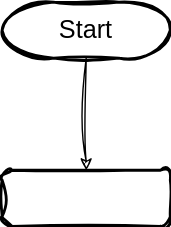
Earlier version of the draw.io export Untitled Diagram.drawio.svg (tungstengmd/drawio-diagrams). Source tidied: cells renumbered, new cells last; positions are measured from the earlier drawing's top-left corner, leaving out a move shared by most shapes.
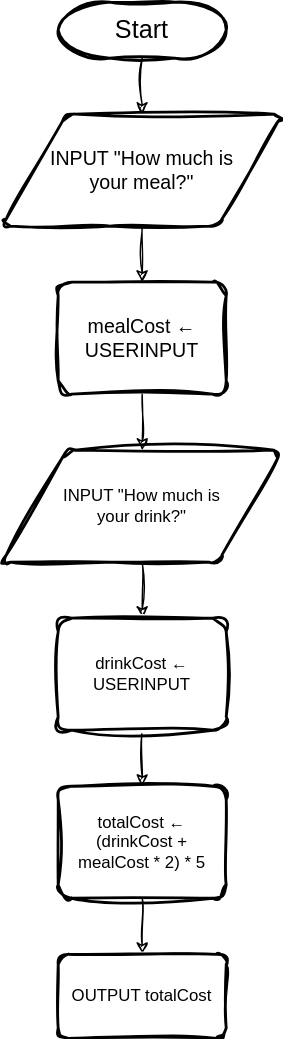
The same file after the commit.

The edit, as a diff of the source:
```diff
@@ -2,14 +2,44 @@
   <root>
     <mxCell id="0" />
     <mxCell id="1" parent="0" />
-    <mxCell id="2" style="edgeStyle=orthogonalEdgeStyle;rounded=0;jettySize=auto;html=1;entryX=0.5;entryY=0;entryDx=0;entryDy=0;sketch=1;curveFitting=1;jiggle=2;" parent="1" edge="1" source="3" target="4">
-      <mxGeometry relative="1" as="geometry" />
-    </mxCell>
+    <mxCell id="5" style="edgeStyle=orthogonalEdgeStyle;rounded=0;sketch=1;hachureGap=4;jiggle=2;curveFitting=1;jettySize=auto;html=1;entryX=0.5;entryY=0;entryDx=0;entryDy=0;fontFamily=Architects Daughter;fontSource=https%3A%2F%2Ffonts.googleapis.com%2Fcss%3Ffamily%3DArchitects%2BDaughter;" parent="1" edge="1" source="3" target="7">
+      <mxGeometry relative="1" as="geometry" />
+    </mxCell>
     <mxCell id="3" value="&lt;font style=&quot;font-size: 18px;&quot;&gt;Start&lt;/font&gt;" style="strokeWidth=2;html=1;shape=mxgraph.flowchart.terminator;whiteSpace=wrap;gradientColor=none;sketch=1;curveFitting=1;jiggle=2;" parent="1" vertex="1">
       <mxGeometry width="120" height="40" as="geometry" />
     </mxCell>
-    <mxCell id="4" style="rounded=1;whiteSpace=wrap;html=1;absoluteArcSize=1;arcSize=14;strokeWidth=2;sketch=1;curveFitting=1;jiggle=2;" parent="1" vertex="1">
-      <mxGeometry y="120" width="120" height="40" as="geometry" />
-    </mxCell>
+    <mxCell id="6" style="edgeStyle=orthogonalEdgeStyle;rounded=0;sketch=1;hachureGap=4;jiggle=2;curveFitting=1;jettySize=auto;html=1;fontFamily=Architects Daughter;fontSource=https%3A%2F%2Ffonts.googleapis.com%2Fcss%3Ffamily%3DArchitects%2BDaughter;" parent="1" edge="1" source="7" target="9">
+      <mxGeometry relative="1" as="geometry" />
+    </mxCell>
+    <mxCell id="7" value="&lt;font style=&quot;font-size: 14px;&quot; face=&quot;Helvetica&quot;&gt;INPUT &quot;How much is&lt;br&gt;your meal?&quot;&lt;/font&gt;" style="shape=parallelogram;html=1;strokeWidth=2;perimeter=parallelogramPerimeter;whiteSpace=wrap;rounded=1;arcSize=12;size=0.23;sketch=1;hachureGap=4;jiggle=2;curveFitting=1;fontFamily=Architects Daughter;fontSource=https%3A%2F%2Ffonts.googleapis.com%2Fcss%3Ffamily%3DArchitects%2BDaughter;" parent="1" vertex="1">
+      <mxGeometry x="-40" y="80" width="200" height="80" as="geometry" />
+    </mxCell>
+    <mxCell id="8" style="edgeStyle=orthogonalEdgeStyle;rounded=0;sketch=1;hachureGap=4;jiggle=2;curveFitting=1;jettySize=auto;html=1;exitX=0.5;exitY=1;exitDx=0;exitDy=0;entryX=0.5;entryY=0;entryDx=0;entryDy=0;fontFamily=Architects Daughter;fontSource=https%3A%2F%2Ffonts.googleapis.com%2Fcss%3Ffamily%3DArchitects%2BDaughter;" parent="1" edge="1" source="9" target="11">
+      <mxGeometry relative="1" as="geometry" />
+    </mxCell>
+    <mxCell id="9" value="&lt;font style=&quot;font-size: 14px;&quot; face=&quot;Helvetica&quot;&gt;mealCost ← USERINPUT&lt;/font&gt;" style="whiteSpace=wrap;html=1;fontFamily=Architects Daughter;strokeWidth=2;rounded=1;arcSize=12;sketch=1;hachureGap=4;jiggle=2;curveFitting=1;fontSource=https%3A%2F%2Ffonts.googleapis.com%2Fcss%3Ffamily%3DArchitects%2BDaughter;" parent="1" vertex="1">
+      <mxGeometry y="200" width="120" height="80" as="geometry" />
+    </mxCell>
+    <mxCell id="10" style="edgeStyle=orthogonalEdgeStyle;rounded=0;sketch=1;hachureGap=4;jiggle=2;curveFitting=1;jettySize=auto;html=1;fontFamily=Architects Daughter;fontSource=https%3A%2F%2Ffonts.googleapis.com%2Fcss%3Ffamily%3DArchitects%2BDaughter;" parent="1" edge="1" source="11" target="13">
+      <mxGeometry relative="1" as="geometry" />
+    </mxCell>
+    <mxCell id="11" value="&lt;font face=&quot;Helvetica&quot;&gt;INPUT &quot;How much is&lt;br&gt;your drink?&quot;&lt;/font&gt;" style="shape=parallelogram;html=1;strokeWidth=2;perimeter=parallelogramPerimeter;whiteSpace=wrap;rounded=1;arcSize=12;size=0.23;sketch=1;hachureGap=4;jiggle=2;curveFitting=1;fontFamily=Architects Daughter;fontSource=https%3A%2F%2Ffonts.googleapis.com%2Fcss%3Ffamily%3DArchitects%2BDaughter;" parent="1" vertex="1">
+      <mxGeometry x="-40" y="320" width="200" height="80" as="geometry" />
+    </mxCell>
+    <mxCell id="12" style="edgeStyle=orthogonalEdgeStyle;rounded=0;sketch=1;hachureGap=4;jiggle=2;curveFitting=1;jettySize=auto;html=1;fontFamily=Architects Daughter;fontSource=https%3A%2F%2Ffonts.googleapis.com%2Fcss%3Ffamily%3DArchitects%2BDaughter;" parent="1" edge="1" source="13" target="15">
+      <mxGeometry relative="1" as="geometry" />
+    </mxCell>
+    <mxCell id="13" value="&lt;font face=&quot;Helvetica&quot;&gt;drinkCost ← USERINPUT&lt;/font&gt;" style="whiteSpace=wrap;html=1;fontFamily=Architects Daughter;strokeWidth=2;rounded=1;arcSize=12;sketch=1;hachureGap=4;jiggle=2;curveFitting=1;fontSource=https%3A%2F%2Ffonts.googleapis.com%2Fcss%3Ffamily%3DArchitects%2BDaughter;" parent="1" vertex="1">
+      <mxGeometry y="440" width="120" height="80" as="geometry" />
+    </mxCell>
+    <mxCell id="14" style="edgeStyle=orthogonalEdgeStyle;rounded=0;sketch=1;hachureGap=4;jiggle=2;curveFitting=1;jettySize=auto;html=1;fontFamily=Architects Daughter;fontSource=https%3A%2F%2Ffonts.googleapis.com%2Fcss%3Ffamily%3DArchitects%2BDaughter;" parent="1" edge="1" source="15" target="16">
+      <mxGeometry relative="1" as="geometry" />
+    </mxCell>
+    <mxCell id="15" value="&lt;font face=&quot;Helvetica&quot;&gt;totalCost ← (drinkCost + mealCost * 2) * 5&lt;/font&gt;" style="whiteSpace=wrap;html=1;fontFamily=Architects Daughter;strokeWidth=2;rounded=1;arcSize=12;sketch=1;hachureGap=4;jiggle=2;curveFitting=1;fontSource=https%3A%2F%2Ffonts.googleapis.com%2Fcss%3Ffamily%3DArchitects%2BDaughter;" parent="1" vertex="1">
+      <mxGeometry y="560" width="120" height="80" as="geometry" />
+    </mxCell>
+    <mxCell id="16" value="OUTPUT totalCost" style="whiteSpace=wrap;html=1;fontFamily=Helvetica;strokeWidth=2;rounded=1;arcSize=12;sketch=1;hachureGap=4;jiggle=2;curveFitting=1;" parent="1" vertex="1">
+      <mxGeometry y="680" width="120" height="60" as="geometry" />
+    </mxCell>
   </root>
 </mxGraphModel>
```
